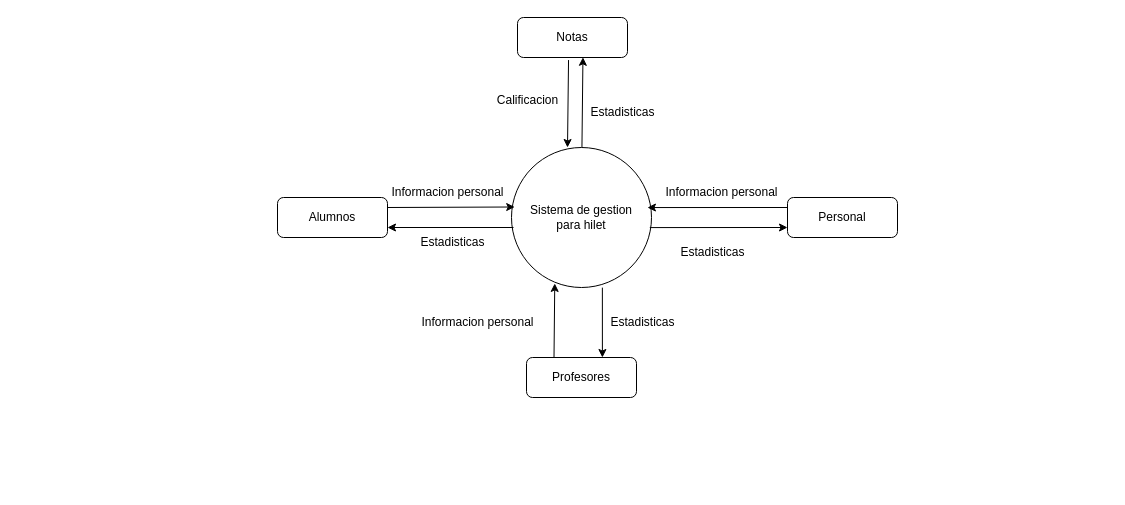
The draw.io diagram Diagrama sin título.drawio in SebastianDelage/Sistema-Gestion-Alumno, before the edit. Source tidied: cells renumbered, new cells numbered last; positions are measured from the earlier drawing's top-left corner, leaving out a move shared by most shapes. Both pictures are drawn from the tidied source at 100%, with x=0, y=0 at pixel (277, 17).
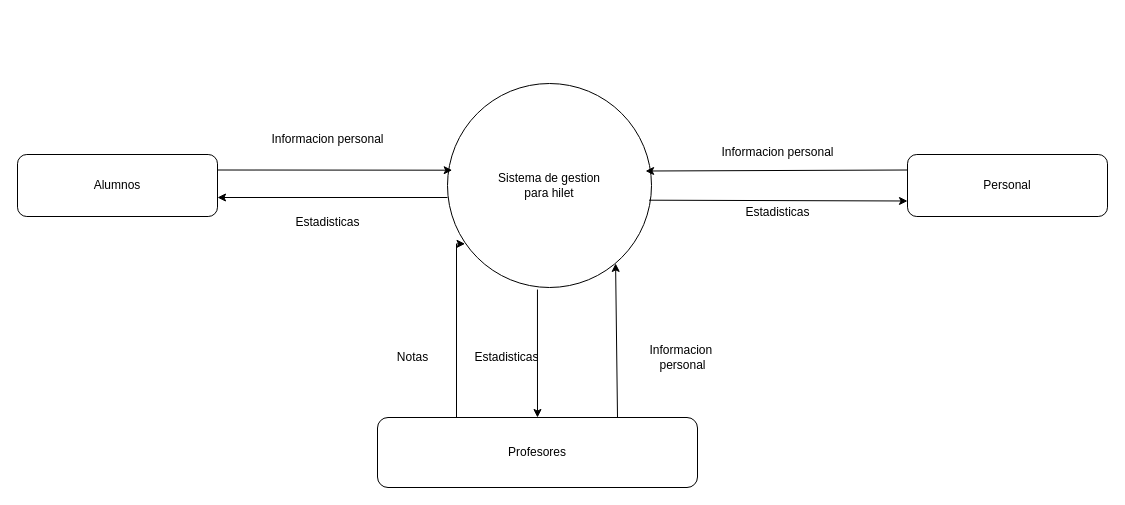
Above is the later version.

Change to the diagram source:
```diff
@@
     <mxCell id="2" value="Sistema de gestion&lt;div&gt;para hilet&lt;/div&gt;" style="ellipse;whiteSpace=wrap;html=1;" parent="1" vertex="1">
-      <mxGeometry x="234" y="130" width="140" height="140" as="geometry" />
+      <mxGeometry x="170" y="66" width="204" height="204" as="geometry" />
     </mxCell>
     <mxCell id="3" value="Alumnos" style="rounded=1;whiteSpace=wrap;html=1;" parent="1" vertex="1">
-      <mxGeometry y="180" width="110" height="40" as="geometry" />
+      <mxGeometry x="-260" y="137" width="200" height="62" as="geometry" />
     </mxCell>
     <mxCell id="4" value="Profesores" style="rounded=1;whiteSpace=wrap;html=1;" parent="1" vertex="1">
-      <mxGeometry x="249" y="340" width="110" height="40" as="geometry" />
+      <mxGeometry x="100" y="400" width="320" height="70" as="geometry" />
     </mxCell>
     <mxCell id="5" value="Personal" style="rounded=1;whiteSpace=wrap;html=1;" parent="1" vertex="1">
-      <mxGeometry x="510" y="180" width="110" height="40" as="geometry" />
+      <mxGeometry x="630" y="137" width="200" height="62" as="geometry" />
     </mxCell>
@@
     <mxCell id="7" value="Informacion personal" style="text;html=1;align=center;verticalAlign=middle;strokeColor=none;fillColor=none;" parent="1" vertex="1">
-      <mxGeometry x="100" y="160" width="140" height="30" as="geometry" />
+      <mxGeometry x="-20" y="107" width="140" height="30" as="geometry" />
     </mxCell>
@@
     <mxCell id="9" value="Informacion personal" style="text;html=1;align=center;verticalAlign=middle;strokeColor=none;fillColor=none;" parent="1" vertex="1">
-      <mxGeometry x="374" y="160" width="140" height="30" as="geometry" />
+      <mxGeometry x="430" y="120" width="140" height="30" as="geometry" />
     </mxCell>
-    <mxCell id="10" style="endArrow=classic;html=1;rounded=0;exitX=0.25;exitY=0;exitDx=0;exitDy=0;entryX=0.309;entryY=0.971;entryDx=0;entryDy=0;entryPerimeter=0;" parent="1" edge="1" source="4" target="2">
-      <mxGeometry relative="1" as="geometry" />
-    </mxCell>
-    <mxCell id="11" value="Informacion personal" style="text;html=1;align=center;verticalAlign=middle;strokeColor=none;fillColor=none;" parent="1" vertex="1">
-      <mxGeometry x="130" y="290" width="140" height="30" as="geometry" />
+    <mxCell id="11" value="Informacion&amp;nbsp;&lt;div&gt;personal&lt;/div&gt;" style="text;html=1;align=center;verticalAlign=middle;strokeColor=none;fillColor=none;" parent="1" vertex="1">
+      <mxGeometry x="360" y="320" width="90" height="40" as="geometry" />
     </mxCell>
-    <mxCell id="12" style="endArrow=classic;html=1;rounded=0;exitX=0.649;exitY=1.001;exitDx=0;exitDy=0;exitPerimeter=0;entryX=0.69;entryY=0;entryDx=0;entryDy=0;entryPerimeter=0;" parent="1" edge="1" source="2" target="4">
-      <mxGeometry relative="1" as="geometry" />
-    </mxCell>
     <mxCell id="13" value="Estadisticas" style="text;html=1;align=center;verticalAlign=middle;strokeColor=none;fillColor=none;" parent="1" vertex="1">
-      <mxGeometry x="320" y="290" width="90" height="30" as="geometry" />
+      <mxGeometry x="184" y="325" width="90" height="30" as="geometry" />
     </mxCell>
-    <mxCell id="14" style="endArrow=classic;html=1;rounded=0;entryX=0;entryY=0.75;entryDx=0;entryDy=0;exitX=0.988;exitY=0.572;exitDx=0;exitDy=0;exitPerimeter=0;" parent="1" edge="1" source="2" target="5">
+    <mxCell id="14" style="endArrow=classic;html=1;rounded=0;exitX=0.988;exitY=0.572;exitDx=0;exitDy=0;exitPerimeter=0;entryX=0;entryY=0.75;entryDx=0;entryDy=0;" parent="1" edge="1" source="2" target="5">
       <mxGeometry relative="1" as="geometry" />
     </mxCell>
     <mxCell id="15" value="Estadisticas" style="text;html=1;align=center;verticalAlign=middle;strokeColor=none;fillColor=none;" parent="1" vertex="1">
-      <mxGeometry x="390" y="220" width="90" height="30" as="geometry" />
+      <mxGeometry x="455" y="180" width="90" height="30" as="geometry" />
     </mxCell>
-    <mxCell id="16" style="endArrow=classic;html=1;rounded=0;entryX=1;entryY=0.75;entryDx=0;entryDy=0;" parent="1" edge="1" target="3">
-      <mxGeometry relative="1" as="geometry">
-        <mxPoint x="236" y="210" as="sourcePoint" />
-      </mxGeometry>
-    </mxCell>
     <mxCell id="17" value="Estadisticas" style="text;html=1;align=center;verticalAlign=middle;strokeColor=none;fillColor=none;" parent="1" vertex="1">
-      <mxGeometry x="130" y="210" width="90" height="30" as="geometry" />
+      <mxGeometry x="5" y="190" width="90" height="30" as="geometry" />
     </mxCell>
+    <mxCell id="23" style="endArrow=classic;html=1;rounded=0;entryX=0.086;entryY=0.786;entryDx=0;entryDy=0;entryPerimeter=0;edgeStyle=elbowEdgeStyle;" parent="1" edge="1" target="2">
+      <mxGeometry relative="1" as="geometry">
+        <mxPoint x="170" y="400" as="sourcePoint" />
+      </mxGeometry>
+    </mxCell>
+    <mxCell id="24" style="endArrow=classic;html=1;rounded=0;" parent="1" edge="1">
+      <mxGeometry relative="1" as="geometry">
+        <mxPoint x="170" y="180" as="sourcePoint" />
+        <mxPoint x="-60" y="180" as="targetPoint" />
+      </mxGeometry>
+    </mxCell>
-    <mxCell id="18" value="Notas" style="rounded=1;whiteSpace=wrap;html=1;" parent="1" vertex="1">
-      <mxGeometry x="240" width="110" height="40" as="geometry" />
+    <mxCell id="18" value="Notas" style="text;html=1;align=center;verticalAlign=middle;points=[];strokeColor=none;fillColor=none;" parent="1" vertex="1">
+      <mxGeometry x="110" y="325" width="50" height="30" as="geometry" />
     </mxCell>
-    <mxCell id="19" style="endArrow=classic;html=1;rounded=0;exitX=0.464;exitY=1.064;exitDx=0;exitDy=0;exitPerimeter=0;" parent="1" edge="1" source="18">
-      <mxGeometry relative="1" as="geometry">
-        <mxPoint x="290" y="130" as="targetPoint" />
-      </mxGeometry>
-    </mxCell>
-    <mxCell id="20" style="endArrow=classic;html=1;rounded=0;entryX=0.595;entryY=0.995;entryDx=0;entryDy=0;entryPerimeter=0;" parent="1" edge="1" source="2" target="18">
-      <mxGeometry relative="1" as="geometry" />
-    </mxCell>
-    <mxCell id="21" value="Calificacion" style="text;html=1;align=center;verticalAlign=middle;strokeColor=none;fillColor=none;" parent="1" vertex="1">
-      <mxGeometry x="210" y="68" width="80" height="30" as="geometry" />
-    </mxCell>
-    <mxCell id="22" value="Estadisticas" style="text;html=1;align=center;verticalAlign=middle;strokeColor=none;fillColor=none;" parent="1" vertex="1">
-      <mxGeometry x="300" y="80" width="90" height="30" as="geometry" />
-    </mxCell>
+    <mxCell id="12" style="endArrow=classic;html=1;rounded=0;exitX=0.441;exitY=1.01;exitDx=0;exitDy=0;exitPerimeter=0;" parent="1" edge="1" source="2" target="4">
+      <mxGeometry relative="1" as="geometry" />
+    </mxCell>
+    <mxCell id="10" style="endArrow=classic;html=1;rounded=0;exitX=0.75;exitY=0;exitDx=0;exitDy=0;entryX=0.824;entryY=0.882;entryDx=0;entryDy=0;entryPerimeter=0;" parent="1" edge="1" source="4" target="2">
+      <mxGeometry relative="1" as="geometry" />
+    </mxCell>
```
